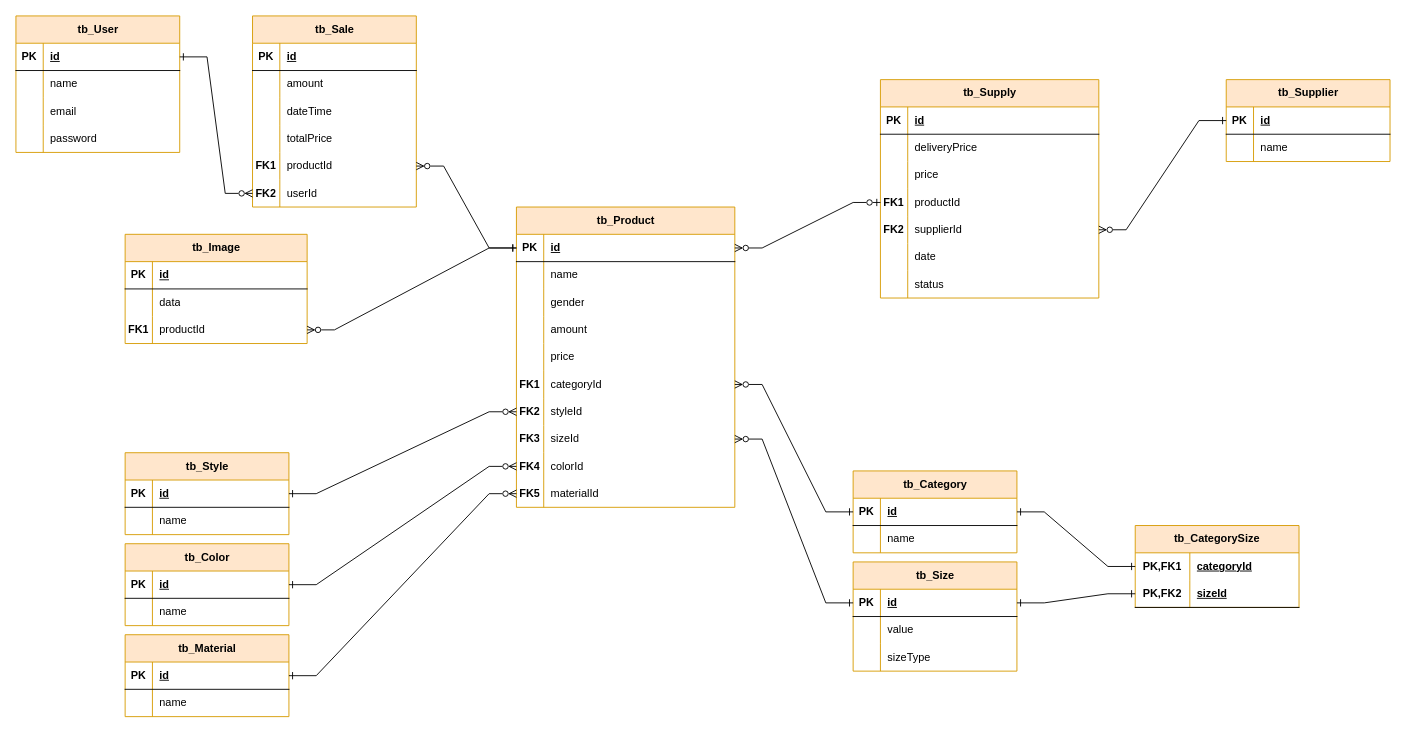
This is page "DER" (2 of 2) of docs/UML - Clothing Store.drawio from VitorPaulinoG/ClothingStore, a draw.io file, before an edit. Source tidied: cells renumbered, new cells numbered last; positions are measured from the earlier drawing's top-left corner, leaving out a move shared by most shapes. Both pictures are drawn from the tidied source at 91%, with x=0, y=0 at pixel (15, 15).
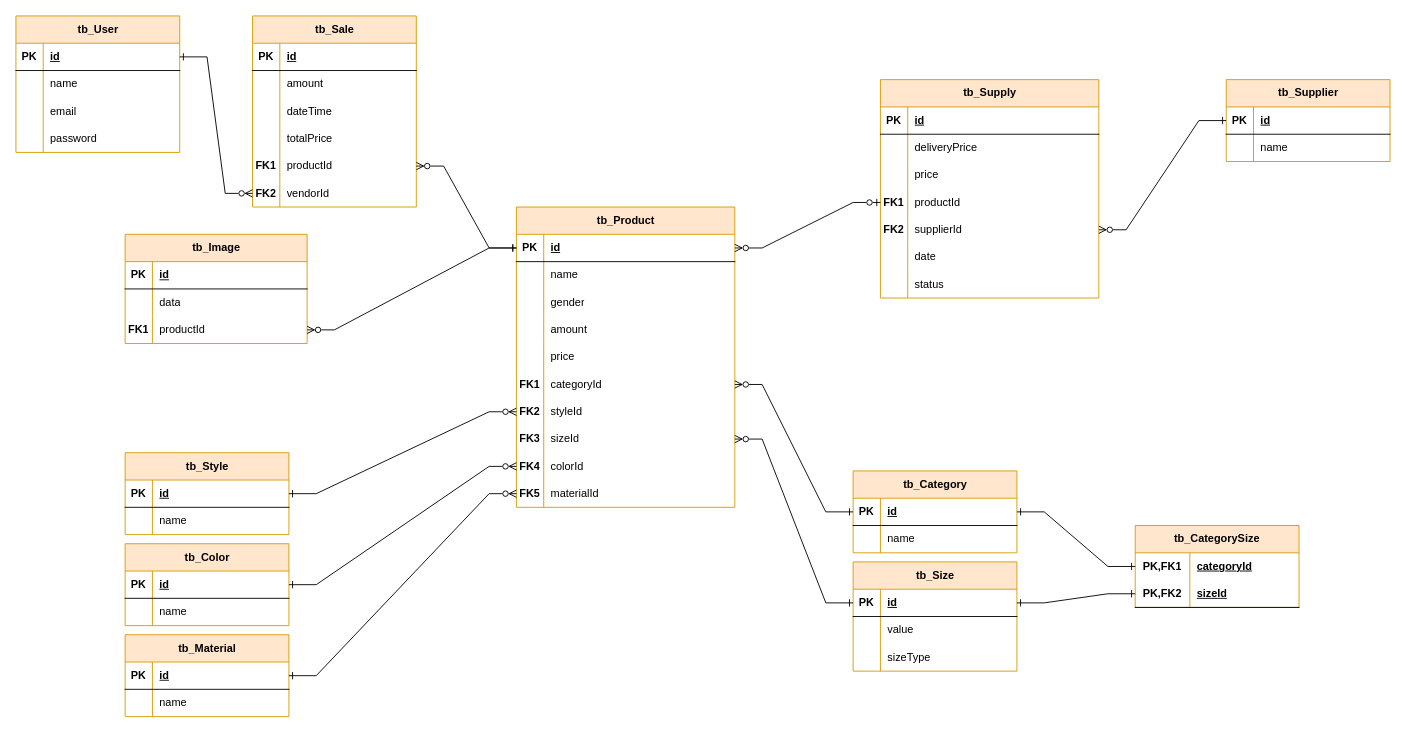
Above is the later version.

The change refers to these unchanged cells:
```xml
<mxCell id="124" style="shape=tableRow;horizontal=0;startSize=0;swimlaneHead=0;swimlaneBody=0;fillColor=none;points=[[0,0.5],[1,0.5]];portConstraint=eastwest;top=0;left=0;right=0;bottom=0;" parent="108" vertex="1">
  <mxGeometry y="180" width="180" height="30" as="geometry" />
</mxCell>
```

What changed in the source:
```diff
@@
-    <mxCell id="126" value="&lt;font face=&quot;Cascadia Code&quot;&gt;userId&lt;/font&gt;" style="shape=partialRectangle;fillColor=none;top=0;left=0;bottom=0;right=0;align=left;spacingLeft=6;overflow=hidden;whiteSpace=wrap;html=1;" parent="124" vertex="1">
+    <mxCell id="126" value="&lt;font face=&quot;Cascadia Code&quot;&gt;vendorId&lt;/font&gt;" style="shape=partialRectangle;fillColor=none;top=0;left=0;bottom=0;right=0;align=left;spacingLeft=6;overflow=hidden;whiteSpace=wrap;html=1;" parent="124" vertex="1">
       <mxGeometry x="30" width="150" height="30" as="geometry" />
     </mxCell>
```
